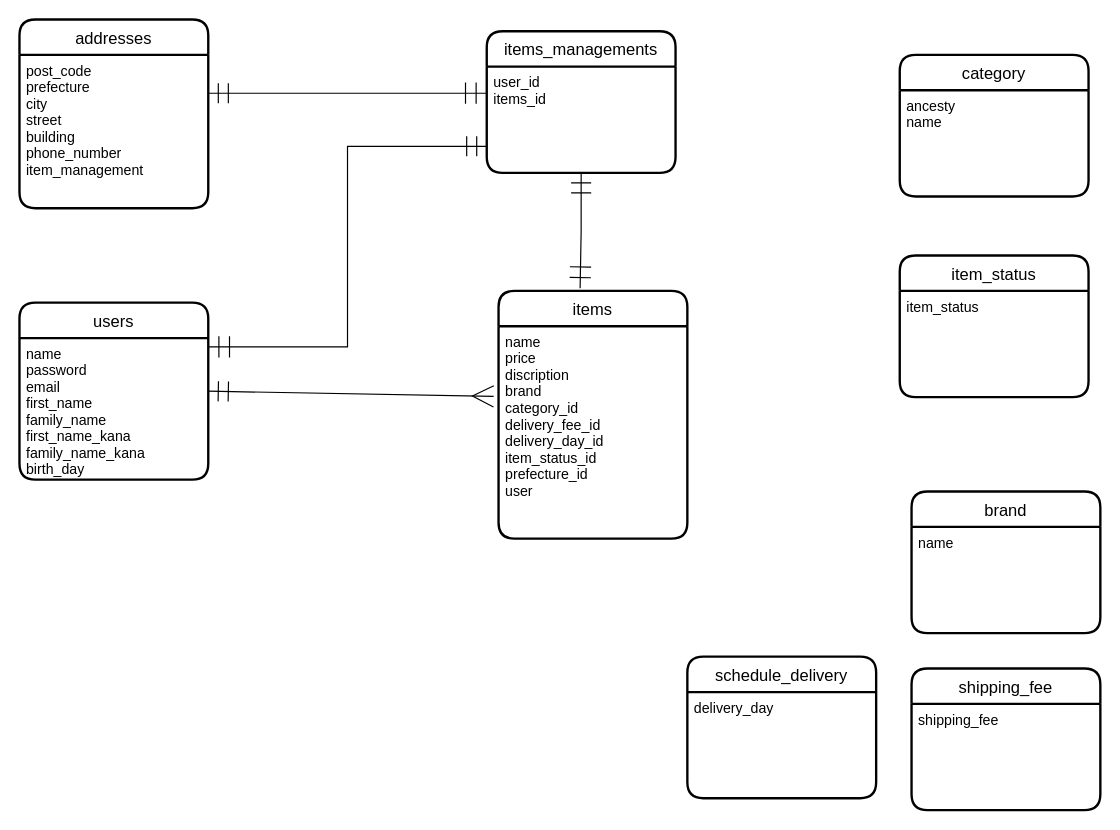
This is test.dio from hayakawanaotaka/furima-30951, a draw.io file, before an edit. Source tidied: cells renumbered, new cells numbered last; positions are measured from the earlier drawing's top-left corner, leaving out a move shared by most shapes. Both pictures are drawn from the tidied source at 118%, with x=0, y=0 at pixel (19, 19).
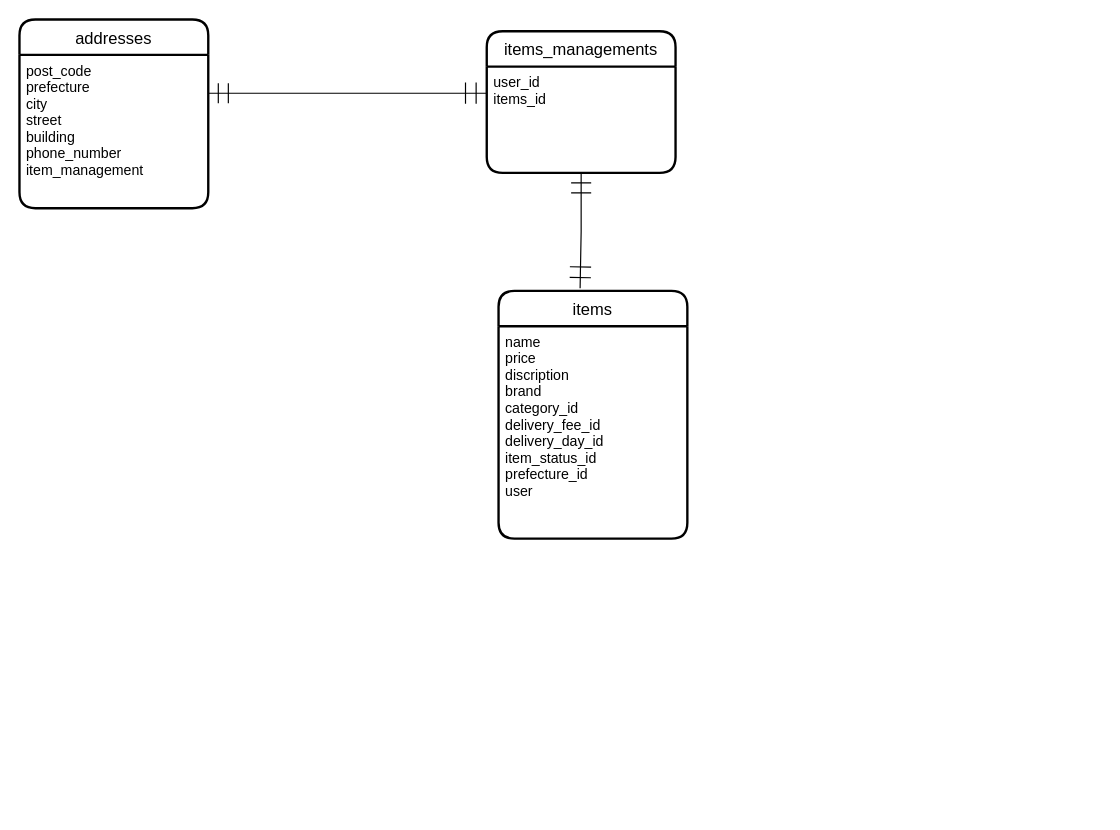
The same page after the edit.

Unchanged cells that the change refers to:
```xml
<mxCell id="6" value="name&#10;price&#10;discription&#10;brand&#10;category_id&#10;delivery_fee_id&#10;delivery_day_id&#10;item_status_id&#10;prefecture_id&#10;user" style="align=left;strokeColor=none;fillColor=none;spacingLeft=4;fontSize=12;verticalAlign=top;" parent="5" vertex="1">
  <mxGeometry y="30" width="160" height="180" as="geometry" />
</mxCell>
<mxCell id="12" value="user_id&#10;items_id" style="align=left;strokeColor=none;fillColor=none;spacingLeft=4;fontSize=12;verticalAlign=top;" parent="11" vertex="1">
  <mxGeometry y="30" width="160" height="90" as="geometry" />
</mxCell>
```

Change to the diagram source:
```diff
@@
-    <mxCell id="4" style="rounded=0;jettySize=auto;html=1;exitX=1;exitY=0.5;exitDx=0;exitDy=0;entryX=-0.026;entryY=0.33;entryDx=0;entryDy=0;entryPerimeter=0;startArrow=ERmandOne;startFill=0;startSize=15;endArrow=ERmany;endFill=0;endSize=16;strokeWidth=1;" parent="1" edge="1" source="7" target="6">
+    <mxCell id="4" style="rounded=0;jettySize=auto;html=1;exitX=1;exitY=0.5;exitDx=0;exitDy=0;entryX=-0.026;entryY=0.33;entryDx=0;entryDy=0;entryPerimeter=0;startArrow=ERmandOne;startFill=0;startSize=15;endArrow=ERmany;endFill=0;endSize=16;strokeWidth=1;" parent="1" edge="1" target="6">
       <mxGeometry relative="1" as="geometry" />
     </mxCell>
@@
-    <mxCell id="7" value="users" style="swimlane;horizontal=1;startSize=30;rounded=1;fontSize=14;fontStyle=0;strokeWidth=2;shadow=0;dashed=0;align=center;" parent="1" vertex="1">
-      <mxGeometry y="240" width="160" height="150" as="geometry" />
-    </mxCell>
-    <mxCell id="8" value="name&#10;password&#10;email&#10;first_name&#10;family_name&#10;first_name_kana&#10;family_name_kana&#10;birth_day" style="align=left;strokeColor=none;fillColor=none;spacingLeft=4;fontSize=12;verticalAlign=top;" parent="7" vertex="1">
-      <mxGeometry y="30" width="160" height="120" as="geometry" />
-    </mxCell>
@@
-    <mxCell id="15" style="edgeStyle=orthogonalEdgeStyle;rounded=0;jettySize=auto;html=1;exitX=0;exitY=0.75;exitDx=0;exitDy=0;entryX=1;entryY=0.25;entryDx=0;entryDy=0;startArrow=ERmandOne;startFill=0;startSize=15;endArrow=ERmandOne;endFill=0;endSize=16;strokeWidth=1;" parent="1" edge="1" source="12" target="7">
+    <mxCell id="15" style="edgeStyle=orthogonalEdgeStyle;rounded=0;jettySize=auto;html=1;exitX=0;exitY=0.75;exitDx=0;exitDy=0;entryX=1;entryY=0.25;entryDx=0;entryDy=0;startArrow=ERmandOne;startFill=0;startSize=15;endArrow=ERmandOne;endFill=0;endSize=16;strokeWidth=1;" parent="1" edge="1" source="12">
       <mxGeometry relative="1" as="geometry" />
     </mxCell>
-    <mxCell id="16" value="schedule_delivery" style="swimlane;horizontal=1;startSize=30;rounded=1;fontSize=14;fontStyle=0;strokeWidth=2;shadow=0;dashed=0;align=center;" parent="1" vertex="1">
-      <mxGeometry x="566" y="540" width="160" height="120" as="geometry" />
-    </mxCell>
-    <mxCell id="17" value="delivery_day" style="align=left;strokeColor=none;fillColor=none;spacingLeft=4;fontSize=12;verticalAlign=top;" parent="16" vertex="1">
-      <mxGeometry y="30" width="160" height="90" as="geometry" />
-    </mxCell>
-    <mxCell id="18" value="item_status" style="swimlane;horizontal=1;startSize=30;rounded=1;fontSize=14;fontStyle=0;strokeWidth=2;shadow=0;dashed=0;align=center;" parent="1" vertex="1">
-      <mxGeometry x="746" y="200" width="160" height="120" as="geometry" />
-    </mxCell>
-    <mxCell id="19" value="item_status" style="align=left;strokeColor=none;fillColor=none;spacingLeft=4;fontSize=12;verticalAlign=top;" parent="18" vertex="1">
-      <mxGeometry y="30" width="160" height="90" as="geometry" />
-    </mxCell>
-    <mxCell id="20" value="shipping_fee" style="swimlane;horizontal=1;startSize=30;rounded=1;fontSize=14;fontStyle=0;strokeWidth=2;shadow=0;dashed=0;align=center;" parent="1" vertex="1">
-      <mxGeometry x="756" y="550" width="160" height="120" as="geometry" />
-    </mxCell>
-    <mxCell id="21" value="shipping_fee" style="align=left;strokeColor=none;fillColor=none;spacingLeft=4;fontSize=12;verticalAlign=top;" parent="20" vertex="1">
-      <mxGeometry y="30" width="160" height="90" as="geometry" />
-    </mxCell>
-    <mxCell id="22" value="brand" style="swimlane;horizontal=1;startSize=30;rounded=1;fontSize=14;fontStyle=0;strokeWidth=2;shadow=0;dashed=0;align=center;" parent="1" vertex="1">
-      <mxGeometry x="756" y="400" width="160" height="120" as="geometry" />
-    </mxCell>
-    <mxCell id="23" value="name" style="align=left;strokeColor=none;fillColor=none;spacingLeft=4;fontSize=12;verticalAlign=top;" parent="22" vertex="1">
-      <mxGeometry y="30" width="160" height="90" as="geometry" />
-    </mxCell>
-    <mxCell id="24" value="category" style="swimlane;horizontal=1;startSize=30;rounded=1;fontSize=14;fontStyle=0;strokeWidth=2;shadow=0;dashed=0;align=center;" parent="1" vertex="1">
-      <mxGeometry x="746" y="30" width="160" height="120" as="geometry" />
-    </mxCell>
-    <mxCell id="25" value="ancesty&#10;name" style="align=left;strokeColor=none;fillColor=none;spacingLeft=4;fontSize=12;verticalAlign=top;" parent="24" vertex="1">
-      <mxGeometry y="30" width="160" height="90" as="geometry" />
-    </mxCell>
```
